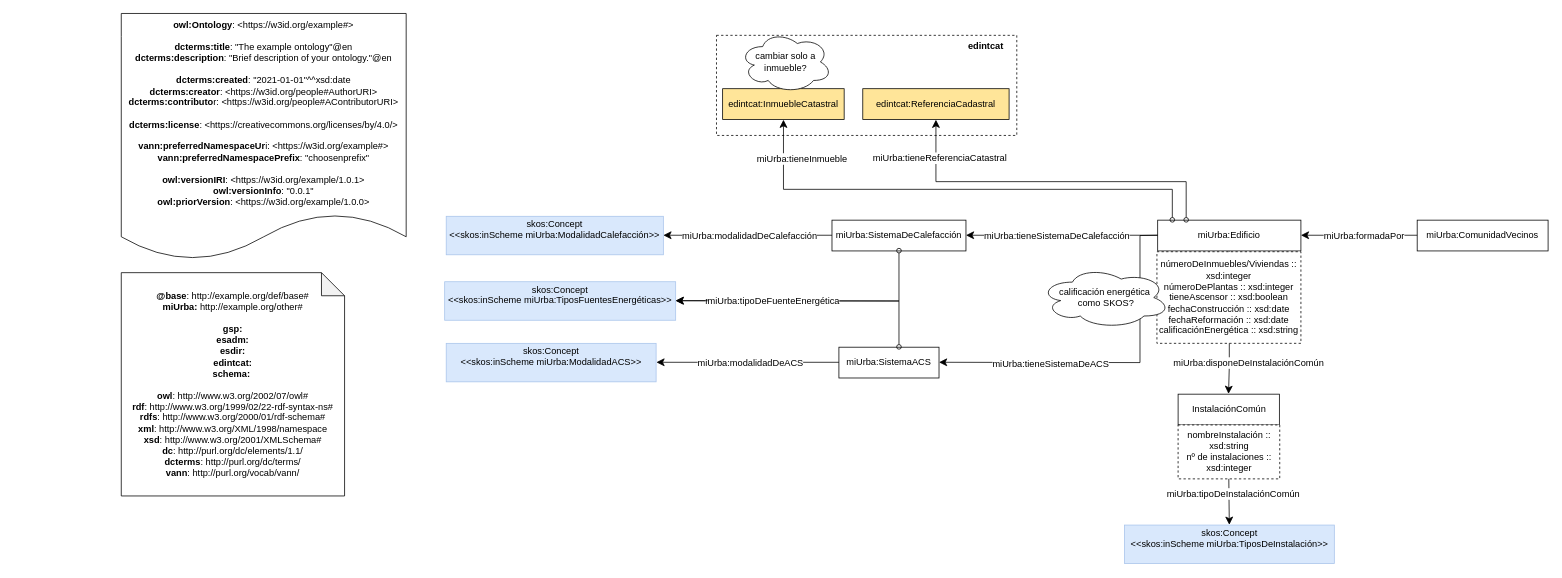
Earlier version of the draw.io diagram page "infraestructura" (2 of 6) of diagrams/diagrama.drawio (oeg-upm/ontologia-miUrba). Source tidied: cells renumbered, new cells numbered last; positions are measured from the earlier drawing's top-left corner, leaving out a move shared by most shapes. Both pictures are drawn from the tidied source at 77%, with x=0, y=0 at pixel (121, 13).
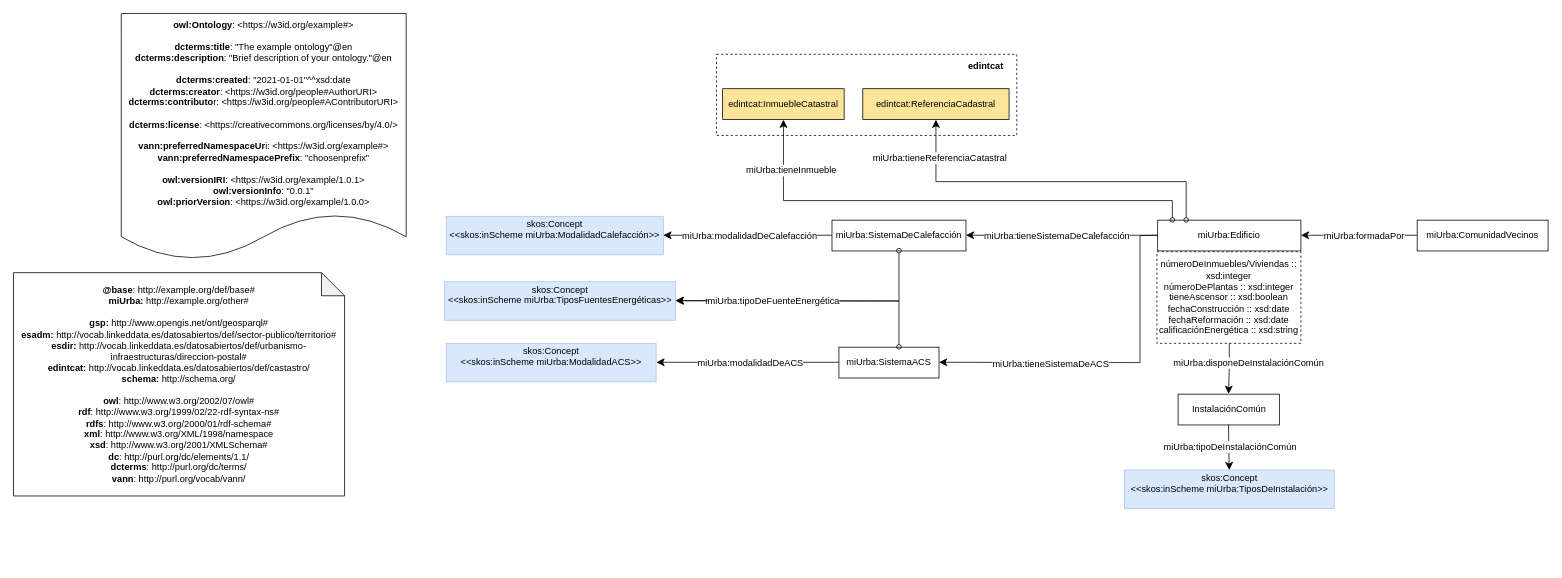
After the change.

Unchanged cells that the change refers to:
```xml
<mxCell id="6" value="miUrba:Edificio" style="rounded=0;whiteSpace=wrap;html=1;snapToPoint=1;points=[[0.1,0],[0.2,0],[0.3,0],[0.4,0],[0.5,0],[0.6,0],[0.7,0],[0.8,0],[0.9,0],[0,0.1],[0,0.3],[0,0.5],[0,0.7],[0,0.9],[0.1,1],[0.2,1],[0.3,1],[0.4,1],[0.5,1],[0.6,1],[0.7,1],[0.8,1],[0.9,1],[1,0.1],[1,0.3],[1,0.5],[1,0.7],[1,0.9]];" parent="1" vertex="1">
  <mxGeometry x="1346" y="268.4" width="186" height="40" as="geometry" />
</mxCell>
<mxCell id="8" value="edintcat:InmuebleCatastral" style="rounded=0;whiteSpace=wrap;html=1;snapToPoint=1;points=[[0.1,0],[0.2,0],[0.3,0],[0.4,0],[0.5,0],[0.6,0],[0.7,0],[0.8,0],[0.9,0],[0,0.1],[0,0.3],[0,0.5],[0,0.7],[0,0.9],[0.1,1],[0.2,1],[0.3,1],[0.4,1],[0.5,1],[0.6,1],[0.7,1],[0.8,1],[0.9,1],[1,0.1],[1,0.3],[1,0.5],[1,0.7],[1,0.9]];fillColor=#FFE599;" parent="1" vertex="1">
  <mxGeometry x="781" y="97.7" width="157.8" height="40" as="geometry" />
</mxCell>
<mxCell id="40" style="endArrow=classic;html=1;endSize=8;arcSize=0;rounded=0;edgeStyle=orthogonalEdgeStyle;" parent="1" edge="1" source="7" target="10">
  <mxGeometry relative="1" as="geometry" />
</mxCell>
```

What changed in the source:
```diff
@@
     <mxCell id="4" style="rounded=0;whiteSpace=wrap;html=1;fillColor=none;dashed=1;fontSize=11;" parent="1" vertex="1">
-      <mxGeometry x="773" y="28.4" width="390" height="130" as="geometry" />
+      <mxGeometry x="773" y="53" width="390" height="105.4" as="geometry" />
     </mxCell>
@@
     <mxCell id="10" value="skos:Concept&lt;div&gt;&amp;lt;&amp;lt;skos:inScheme miUrba:TiposDeInstalación&amp;gt;&amp;gt;&lt;/div&gt;&lt;div&gt;&lt;br&gt;&lt;/div&gt;" style="rounded=0;whiteSpace=wrap;html=1;snapToPoint=1;points=[[0.1,0],[0.2,0],[0.3,0],[0.4,0],[0.5,0],[0.6,0],[0.7,0],[0.8,0],[0.9,0],[0,0.1],[0,0.3],[0,0.5],[0,0.7],[0,0.9],[0.1,1],[0.2,1],[0.3,1],[0.4,1],[0.5,1],[0.6,1],[0.7,1],[0.8,1],[0.9,1],[1,0.1],[1,0.3],[1,0.5],[1,0.7],[1,0.9]];fillColor=#D9E8FC;strokeColor=#A9C4EB;" parent="1" vertex="1">
-      <mxGeometry x="1302.8" y="664.4" width="272.6" height="50" as="geometry" />
+      <mxGeometry x="1302.7" y="593" width="272.6" height="50" as="geometry" />
     </mxCell>
@@
-    <mxCell id="15" value="&lt;div&gt;&lt;b&gt;@base&lt;/b&gt;: http://example.org/def/base#&lt;/div&gt;&lt;div style=&quot;&quot;&gt;&lt;b&gt;miUrba:&lt;/b&gt; http://example.org/other#&lt;br&gt;&lt;/div&gt;&lt;div style=&quot;&quot;&gt;&lt;br&gt;&lt;/div&gt;&lt;div style=&quot;&quot;&gt;&lt;b&gt;gsp:&lt;/b&gt;&lt;/div&gt;&lt;div style=&quot;&quot;&gt;&lt;b&gt;esadm:&lt;/b&gt;&lt;/div&gt;&lt;div style=&quot;&quot;&gt;&lt;b&gt;esdir:&lt;/b&gt;&lt;/div&gt;&lt;div style=&quot;&quot;&gt;&lt;b&gt;edintcat:&lt;/b&gt;&lt;/div&gt;&lt;div style=&quot;&quot;&gt;&lt;b&gt;schema:&amp;nbsp;&lt;/b&gt;&lt;/div&gt;&lt;div style=&quot;&quot;&gt;&lt;br&gt;&lt;/div&gt;&lt;div&gt;&lt;div style=&quot;&quot;&gt;&lt;b&gt;owl&lt;/b&gt;: http://www.w3.org/2002/07/owl#&lt;/div&gt;&lt;div&gt;&lt;b&gt;rdf&lt;/b&gt;: http://www.w3.org/1999/02/22-rdf-syntax-ns#&lt;/div&gt;&lt;div&gt;&lt;b&gt;rdfs&lt;/b&gt;: http://www.w3.org/2000/01/rdf-schema#&lt;/div&gt;&lt;div&gt;&lt;b&gt;xml&lt;/b&gt;: http://www.w3.org/XML/1998/namespace&lt;/div&gt;&lt;div&gt;&lt;b&gt;xsd&lt;/b&gt;: http://www.w3.org/2001/XMLSchema#&lt;/div&gt;&lt;div&gt;&lt;b&gt;dc&lt;/b&gt;: http://purl.org/dc/elements/1.1/&lt;/div&gt;&lt;div&gt;&lt;b&gt;dcterms&lt;/b&gt;: http://purl.org/dc/terms/&lt;/div&gt;&lt;div&gt;&lt;b&gt;vann&lt;/b&gt;: http://purl.org/vocab/vann/&lt;/div&gt;&lt;/div&gt;" style="shape=note;whiteSpace=wrap;html=1;backgroundOutline=1;darkOpacity=0.05;" parent="1" vertex="1">
-      <mxGeometry y="336.6" width="290" height="290" as="geometry" />
+    <mxCell id="15" value="&lt;div&gt;&lt;b&gt;@base&lt;/b&gt;: http://example.org/def/base#&lt;/div&gt;&lt;div style=&quot;&quot;&gt;&lt;b&gt;miUrba:&lt;/b&gt; http://example.org/other#&lt;br&gt;&lt;/div&gt;&lt;div style=&quot;&quot;&gt;&lt;br&gt;&lt;/div&gt;&lt;div style=&quot;&quot;&gt;&lt;b&gt;gsp: &lt;/b&gt;http://www.opengis.net/ont/geosparql#&lt;/div&gt;&lt;div style=&quot;&quot;&gt;&lt;b&gt;esadm: &lt;/b&gt;http://vocab.linkeddata.es/datosabiertos/def/sector-publico/territorio#&lt;/div&gt;&lt;div style=&quot;&quot;&gt;&lt;b&gt;esdir: &lt;/b&gt;http://vocab.linkeddata.es/datosabiertos/def/urbanismo-infraestructuras/direccion-postal#&lt;/div&gt;&lt;div style=&quot;&quot;&gt;&lt;b&gt;edintcat: &lt;/b&gt;http://vocab.linkeddata.es/datosabiertos/def/castastro/&lt;/div&gt;&lt;div style=&quot;&quot;&gt;&lt;b&gt;schema: &lt;/b&gt;http://schema.org/&lt;/div&gt;&lt;div style=&quot;&quot;&gt;&lt;br&gt;&lt;/div&gt;&lt;div&gt;&lt;div style=&quot;&quot;&gt;&lt;b&gt;owl&lt;/b&gt;: http://www.w3.org/2002/07/owl#&lt;/div&gt;&lt;div&gt;&lt;b&gt;rdf&lt;/b&gt;: http://www.w3.org/1999/02/22-rdf-syntax-ns#&lt;/div&gt;&lt;div&gt;&lt;b&gt;rdfs&lt;/b&gt;: http://www.w3.org/2000/01/rdf-schema#&lt;/div&gt;&lt;div&gt;&lt;b&gt;xml&lt;/b&gt;: http://www.w3.org/XML/1998/namespace&lt;/div&gt;&lt;div&gt;&lt;b&gt;xsd&lt;/b&gt;: http://www.w3.org/2001/XMLSchema#&lt;/div&gt;&lt;div&gt;&lt;b&gt;dc&lt;/b&gt;: http://purl.org/dc/elements/1.1/&lt;/div&gt;&lt;div&gt;&lt;b&gt;dcterms&lt;/b&gt;: http://purl.org/dc/terms/&lt;/div&gt;&lt;div&gt;&lt;b&gt;vann&lt;/b&gt;: http://purl.org/vocab/vann/&lt;/div&gt;&lt;/div&gt;" style="shape=note;whiteSpace=wrap;html=1;backgroundOutline=1;darkOpacity=0.05;" parent="1" vertex="1">
+      <mxGeometry x="-140" y="336.6" width="430" height="290" as="geometry" />
     </mxCell>
     <mxCell id="16" style="endArrow=classic;html=1;endSize=8;startArrow=oval;startFill=0;arcSize=0;rounded=0;edgeStyle=orthogonalEdgeStyle;" parent="1" edge="1" source="6" target="8">
       <mxGeometry relative="1" as="geometry">
         <Array as="points">
-          <mxPoint x="1365" y="228.4" />
-          <mxPoint x="860" y="228.4" />
+          <mxPoint x="1365" y="243" />
+          <mxPoint x="860" y="243" />
         </Array>
       </mxGeometry>
     </mxCell>
@@
-    <mxCell id="18" value="cambiar solo a inmueble?" style="ellipse;shape=cloud;whiteSpace=wrap;html=1;" parent="1" vertex="1">
-      <mxGeometry x="803" y="23" width="120" height="80" as="geometry" />
-    </mxCell>
@@
     <mxCell id="36" value="&lt;div&gt;edintcat&lt;/div&gt;" style="text;html=1;whiteSpace=wrap;strokeColor=none;fillColor=none;align=center;verticalAlign=middle;rounded=0;fontStyle=1;fontSize=12;" parent="1" vertex="1">
-      <mxGeometry x="1093" y="27.9" width="60" height="30" as="geometry" />
+      <mxGeometry x="1093" y="53" width="60" height="30" as="geometry" />
     </mxCell>
@@
-    <mxCell id="39" value="calificación energética&lt;div&gt;&amp;nbsp;como SKOS?&lt;/div&gt;" style="ellipse;shape=cloud;whiteSpace=wrap;html=1;" parent="1" vertex="1">
-      <mxGeometry x="1193" y="328.9" width="169" height="80" as="geometry" />
-    </mxCell>
@@
     <mxCell id="41" value="&lt;div&gt;miUrba:tipoDeInstalaciónComún&lt;/div&gt;" style="text;html=1;align=center;verticalAlign=middle;labelBackgroundColor=#ffffff;" parent="40" vertex="1">
       <mxGeometry x="-0.13" relative="1" as="geometry">
-        <mxPoint x="5" y="33" as="offset" />
+        <mxPoint x="1" y="3" as="offset" />
       </mxGeometry>
     </mxCell>
-    <mxCell id="42" value="nombreInstalación :: xsd:string&lt;div&gt;nº de instalaciones :: xsd:integer&lt;/div&gt;" style="rounded=0;whiteSpace=wrap;html=1;dashed=1;" parent="1" vertex="1">
-      <mxGeometry x="1372.5" y="534.4" width="132" height="70" as="geometry" />
-    </mxCell>
```
